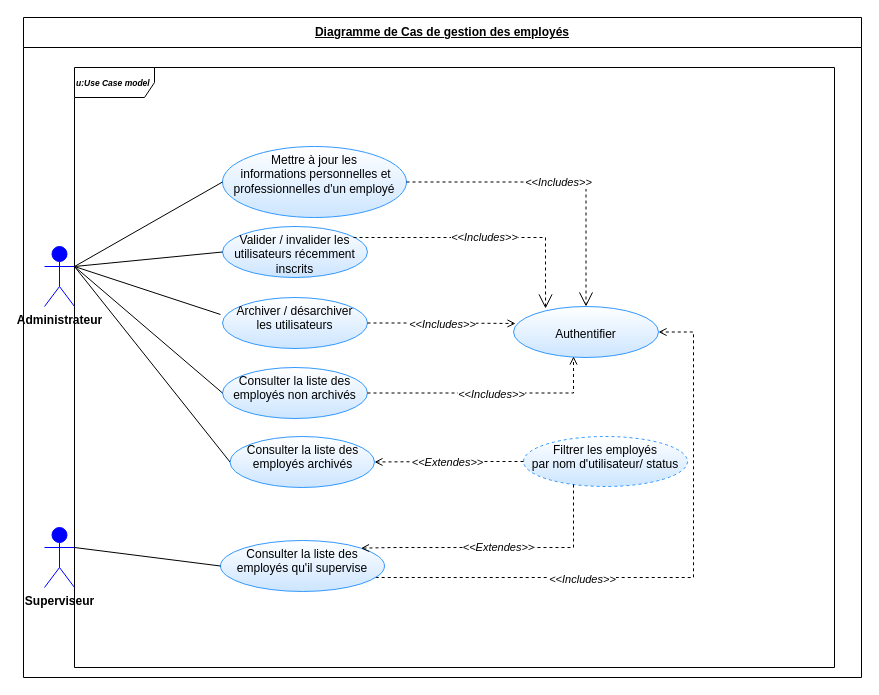
Above: gestionUsers.drawio in BARIGOU-Imane/Gestion-des-Ordres-de-Mission (draw.io), before the change. Source tidied: cells renumbered, new cells numbered last; positions are measured from the earlier drawing's top-left corner, leaving out a move shared by most shapes. Both pictures are drawn from the tidied source at 100%, with x=0, y=0 at pixel (23, 17).
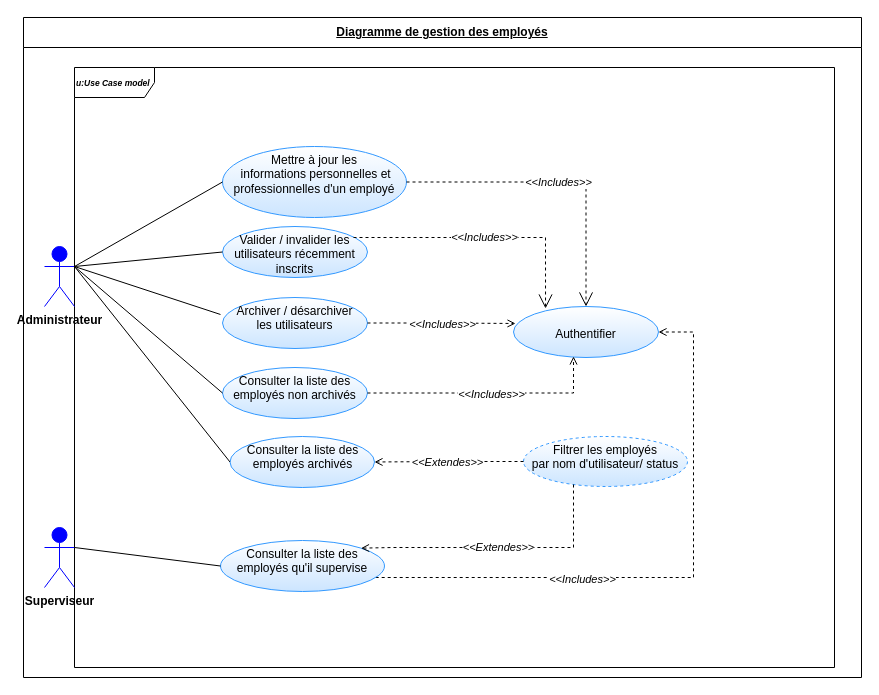
Above is the later version.

Commit message (it also covers changes not shown here):
Mettre à jour gestionUsers.drawio

Diff of the diagram source:
```diff
@@
-    <mxCell id="2" value="&lt;u&gt;Diagramme de Cas de gestion des employés&lt;/u&gt;" style="swimlane;fontStyle=1;align=center;horizontal=1;startSize=30;html=1;whiteSpace=wrap;" parent="1" vertex="1">
+    <mxCell id="2" value="&lt;u&gt;Diagramme de gestion des employés&lt;/u&gt;" style="swimlane;fontStyle=1;align=center;horizontal=1;startSize=30;html=1;whiteSpace=wrap;" parent="1" vertex="1">
       <mxGeometry width="838" height="660" as="geometry" />
     </mxCell>
```
